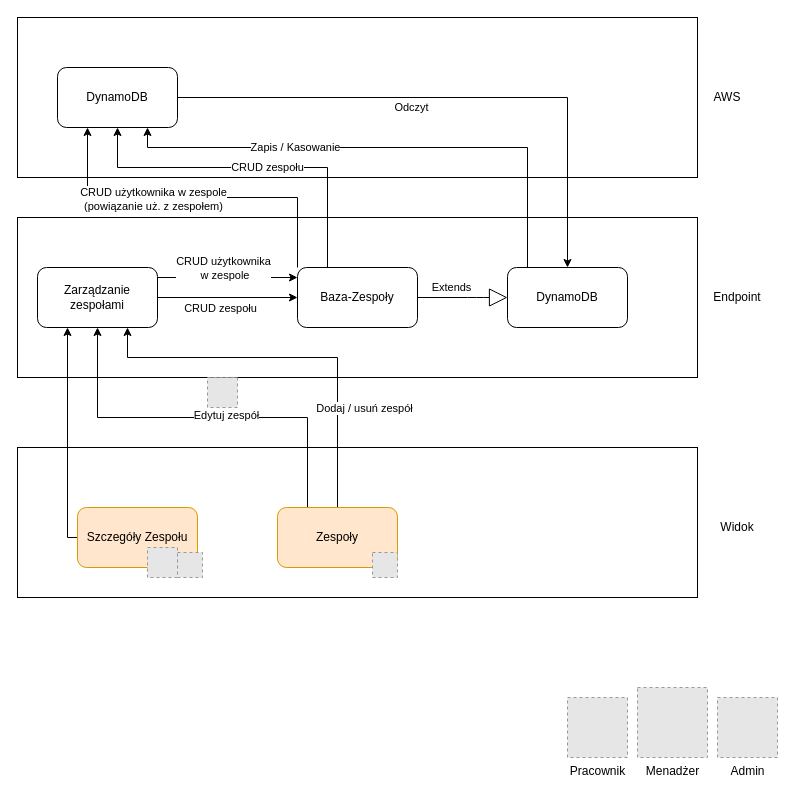
Before: page "Zespoły" (2 of 3) of Logowanie/ZarządzanieUrzytkownikami.drawio in Drucia/AWS-Rzeczy, a draw.io diagram. Source tidied: cells renumbered, new cells numbered last; positions are measured from the earlier drawing's top-left corner, leaving out a move shared by most shapes. Both pictures are drawn from the tidied source at 100%, with x=0, y=0 at pixel (17, 17). Pictures stored in the file or linked from it are replaced by grey dashed boxes.
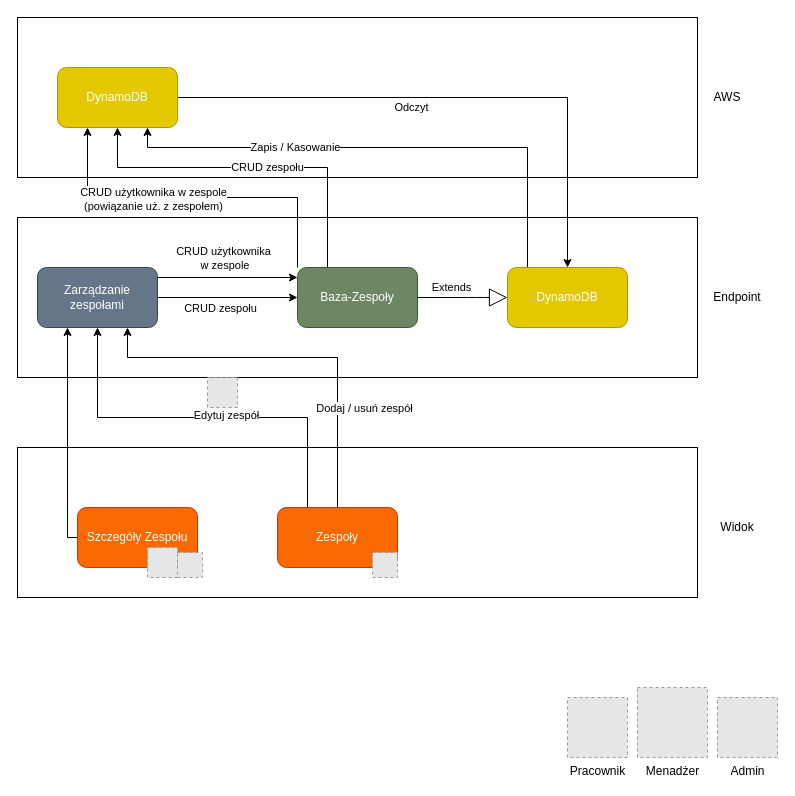
Above is the later version.

Unchanged cells that the change refers to:
```xml
<mxCell id="35" style="edgeStyle=orthogonalEdgeStyle;rounded=0;orthogonalLoop=1;jettySize=auto;html=1;exitX=1;exitY=0.5;exitDx=0;exitDy=0;entryX=0;entryY=0.5;entryDx=0;entryDy=0;" parent="1" edge="1">
  <mxGeometry relative="1" as="geometry">
    <mxPoint x="140" y="260" as="sourcePoint" />
    <mxPoint x="280" y="260" as="targetPoint" />
  </mxGeometry>
</mxCell>
```

Diff of the diagram source:
```diff
@@
-    <mxCell id="10" value="Zarządzanie zespołami" style="rounded=1;whiteSpace=wrap;html=1;" parent="1" vertex="1">
+    <mxCell id="10" value="Zarządzanie zespołami" style="rounded=1;whiteSpace=wrap;html=1;fillColor=#647687;strokeColor=#314354;fontColor=#ffffff;" parent="1" vertex="1">
       <mxGeometry x="20" y="250" width="120" height="60" as="geometry" />
     </mxCell>
@@
-    <mxCell id="13" value="DynamoDB" style="rounded=1;whiteSpace=wrap;html=1;" parent="1" vertex="1">
+    <mxCell id="13" value="DynamoDB" style="rounded=1;whiteSpace=wrap;html=1;fillColor=#e3c800;strokeColor=#B09500;fontColor=#ffffff;" parent="1" vertex="1">
       <mxGeometry x="40" y="50" width="120" height="60" as="geometry" />
     </mxCell>
@@
-    <mxCell id="18" value="Zespoły" style="rounded=1;whiteSpace=wrap;html=1;fillColor=#ffe6cc;strokeColor=#d79b00;" parent="1" vertex="1">
+    <mxCell id="18" value="Zespoły" style="rounded=1;whiteSpace=wrap;html=1;fillColor=#fa6800;strokeColor=#C73500;fontColor=#ffffff;" parent="1" vertex="1">
       <mxGeometry x="260" y="490" width="120" height="60" as="geometry" />
     </mxCell>
@@
-    <mxCell id="23" value="Baza-Zespoły" style="rounded=1;whiteSpace=wrap;html=1;" parent="1" vertex="1">
+    <mxCell id="23" value="Baza-Zespoły" style="rounded=1;whiteSpace=wrap;html=1;fillColor=#6d8764;strokeColor=#3A5431;fontColor=#ffffff;" parent="1" vertex="1">
       <mxGeometry x="280" y="250" width="120" height="60" as="geometry" />
     </mxCell>
@@
-    <mxCell id="26" value="DynamoDB" style="rounded=1;whiteSpace=wrap;html=1;" parent="1" vertex="1">
+    <mxCell id="26" value="DynamoDB" style="rounded=1;whiteSpace=wrap;html=1;fillColor=#e3c800;strokeColor=#B09500;fontColor=#ffffff;" parent="1" vertex="1">
       <mxGeometry x="490" y="250" width="120" height="60" as="geometry" />
     </mxCell>
@@
-    <mxCell id="34" value="Szczegóły Zespołu" style="rounded=1;whiteSpace=wrap;html=1;fillColor=#ffe6cc;strokeColor=#d79b00;" parent="1" vertex="1">
+    <mxCell id="34" value="Szczegóły Zespołu" style="rounded=1;whiteSpace=wrap;html=1;fillColor=#fa6800;strokeColor=#C73500;fontColor=#ffffff;" parent="1" vertex="1">
       <mxGeometry x="60" y="490" width="120" height="60" as="geometry" />
     </mxCell>
@@
     <mxCell id="36" value="CRUD użytkownika&lt;br&gt;&amp;nbsp;w zespole" style="edgeLabel;html=1;align=center;verticalAlign=middle;" parent="35" vertex="1">
       <mxGeometry x="0.25" y="-1" relative="1" as="geometry">
-        <mxPoint x="-22.5" y="-11" as="offset" />
+        <mxPoint x="-23" y="-21" as="offset" />
       </mxGeometry>
     </mxCell>
```
